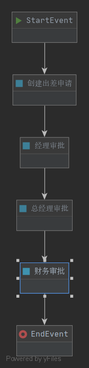
This is src/main/resources/bpmn/evection.png from 07liu/activiti01, a BPMN export, as it was before one commit. Its source is kept beside it as src/main/resources/bpmn/evection.bpmn. Ids are renumbered. Its diagram source:
```xml
<definitions xmlns="http://www.omg.org/spec/BPMN/20100524/MODEL" xmlns:activiti="http://activiti.org/bpmn"
             xmlns:bpmndi="http://www.omg.org/spec/BPMN/20100524/DI" xmlns:dc="http://www.omg.org/spec/DD/20100524/DC"
             xmlns:di="http://www.omg.org/spec/DD/20100524/DI" xmlns:tns="http://www.activiti.org/testm1615618709279"
             xmlns:xsd="http://www.w3.org/2001/XMLSchema" xmlns:xsi="http://www.w3.org/2001/XMLSchema-instance"
             expressionLanguage="http://www.w3.org/1999/XPath" id="m1615618709279" name=""
             targetNamespace="http://www.activiti.org/testm1615618709279"
             typeLanguage="http://www.w3.org/2001/XMLSchema">
    <process id="myEvection" isClosed="false" isExecutable="true" processType="None" name="出差申请单">
        <startEvent id="_2" name="StartEvent"/>
        <userTask activiti:exclusive="true" id="_3" name="创建出差申请" activiti:assignee="zhangsan"/>
        <userTask activiti:exclusive="true" id="_4" name="经理审批" activiti:assignee="jerry"/>
        <userTask activiti:exclusive="true" id="_5" name="总经理审批" activiti:assignee="jack"/>
        <userTask activiti:exclusive="true" id="_6" name="财务审批" activiti:assignee="rose"/>
        <endEvent id="_7" name="EndEvent"/>
        <sequenceFlow id="_8" sourceRef="_2" targetRef="_3"/>
        <sequenceFlow id="_9" sourceRef="_3" targetRef="_4"/>
        <sequenceFlow id="_10" sourceRef="_4" targetRef="_5"/>
        <sequenceFlow id="_11" sourceRef="_5" targetRef="_6"/>
        <sequenceFlow id="_12" sourceRef="_6" targetRef="_7"/>
    </process>
    <bpmndi:BPMNDiagram
            documentation="background=#3C3F41;count=1;horizontalcount=1;orientation=0;width=842.4;height=1195.2;imageableWidth=832.4;imageableHeight=1185.2;imageableX=5.0;imageableY=5.0"
            id="Diagram-_1" name="New Diagram">
        <bpmndi:BPMNPlane bpmnElement="myEvection">
            <bpmndi:BPMNShape bpmnElement="_2" id="Shape-_2">
                <dc:Bounds height="32.0" width="32.0" x="185.0" y="5.0"/>
                <bpmndi:BPMNLabel>
                    <dc:Bounds height="32.0" width="32.0" x="0.0" y="0.0"/>
                </bpmndi:BPMNLabel>
            </bpmndi:BPMNShape>
            <bpmndi:BPMNShape bpmnElement="_3" id="Shape-_3">
                <dc:Bounds height="55.0" width="85.0" x="165.0" y="70.0"/>
                <bpmndi:BPMNLabel>
                    <dc:Bounds height="55.0" width="85.0" x="0.0" y="0.0"/>
                </bpmndi:BPMNLabel>
            </bpmndi:BPMNShape>
            <bpmndi:BPMNShape bpmnElement="_4" id="Shape-_4">
                <dc:Bounds height="55.0" width="85.0" x="165.0" y="140.0"/>
                <bpmndi:BPMNLabel>
                    <dc:Bounds height="55.0" width="85.0" x="0.0" y="0.0"/>
                </bpmndi:BPMNLabel>
            </bpmndi:BPMNShape>
            <bpmndi:BPMNShape bpmnElement="_5" id="Shape-_5">
                <dc:Bounds height="55.0" width="85.0" x="165.0" y="220.0"/>
                <bpmndi:BPMNLabel>
                    <dc:Bounds height="55.0" width="85.0" x="0.0" y="0.0"/>
                </bpmndi:BPMNLabel>
            </bpmndi:BPMNShape>
            <bpmndi:BPMNShape bpmnElement="_6" id="Shape-_6">
                <dc:Bounds height="55.0" width="85.0" x="165.0" y="305.0"/>
                <bpmndi:BPMNLabel>
                    <dc:Bounds height="55.0" width="85.0" x="0.0" y="0.0"/>
                </bpmndi:BPMNLabel>
            </bpmndi:BPMNShape>
            <bpmndi:BPMNShape bpmnElement="_7" id="Shape-_7">
                <dc:Bounds height="32.0" width="32.0" x="190.0" y="400.0"/>
                <bpmndi:BPMNLabel>
                    <dc:Bounds height="32.0" width="32.0" x="0.0" y="0.0"/>
                </bpmndi:BPMNLabel>
            </bpmndi:BPMNShape>
            <bpmndi:BPMNEdge bpmnElement="_12" id="BPMNEdge__12" sourceElement="_6" targetElement="_7">
                <di:waypoint x="206.0" y="360.0"/>
                <di:waypoint x="206.0" y="400.0"/>
                <bpmndi:BPMNLabel>
                    <dc:Bounds height="0.0" width="0.0" x="0.0" y="0.0"/>
                </bpmndi:BPMNLabel>
            </bpmndi:BPMNEdge>
            <bpmndi:BPMNEdge bpmnElement="_8" id="BPMNEdge__8" sourceElement="_2" targetElement="_3">
                <di:waypoint x="201.0" y="37.0"/>
                <di:waypoint x="201.0" y="70.0"/>
                <bpmndi:BPMNLabel>
                    <dc:Bounds height="0.0" width="0.0" x="0.0" y="0.0"/>
                </bpmndi:BPMNLabel>
            </bpmndi:BPMNEdge>
            <bpmndi:BPMNEdge bpmnElement="_9" id="BPMNEdge__9" sourceElement="_3" targetElement="_4">
                <di:waypoint x="207.5" y="125.0"/>
                <di:waypoint x="207.5" y="140.0"/>
                <bpmndi:BPMNLabel>
                    <dc:Bounds height="0.0" width="0.0" x="0.0" y="0.0"/>
                </bpmndi:BPMNLabel>
            </bpmndi:BPMNEdge>
            <bpmndi:BPMNEdge bpmnElement="_11" id="BPMNEdge__11" sourceElement="_5" targetElement="_6">
                <di:waypoint x="207.5" y="275.0"/>
                <di:waypoint x="207.5" y="305.0"/>
                <bpmndi:BPMNLabel>
                    <dc:Bounds height="0.0" width="0.0" x="0.0" y="0.0"/>
                </bpmndi:BPMNLabel>
            </bpmndi:BPMNEdge>
            <bpmndi:BPMNEdge bpmnElement="_10" id="BPMNEdge__10" sourceElement="_4" targetElement="_5">
                <di:waypoint x="207.5" y="195.0"/>
                <di:waypoint x="207.5" y="220.0"/>
                <bpmndi:BPMNLabel>
                    <dc:Bounds height="0.0" width="0.0" x="0.0" y="0.0"/>
                </bpmndi:BPMNLabel>
            </bpmndi:BPMNEdge>
        </bpmndi:BPMNPlane>
    </bpmndi:BPMNDiagram>
</definitions>
```
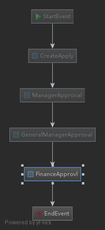
Later version of the same file.

Change to the diagram source:
```diff
@@ -1,98 +1,90 @@
-<definitions xmlns="http://www.omg.org/spec/BPMN/20100524/MODEL" xmlns:activiti="http://activiti.org/bpmn"
-             xmlns:bpmndi="http://www.omg.org/spec/BPMN/20100524/DI" xmlns:dc="http://www.omg.org/spec/DD/20100524/DC"
-             xmlns:di="http://www.omg.org/spec/DD/20100524/DI" xmlns:tns="http://www.activiti.org/testm1615618709279"
-             xmlns:xsd="http://www.w3.org/2001/XMLSchema" xmlns:xsi="http://www.w3.org/2001/XMLSchema-instance"
-             expressionLanguage="http://www.w3.org/1999/XPath" id="m1615618709279" name=""
-             targetNamespace="http://www.activiti.org/testm1615618709279"
-             typeLanguage="http://www.w3.org/2001/XMLSchema">
-    <process id="myEvection" isClosed="false" isExecutable="true" processType="None" name="出差申请单">
-        <startEvent id="_2" name="StartEvent"/>
-        <userTask activiti:exclusive="true" id="_3" name="创建出差申请" activiti:assignee="zhangsan"/>
-        <userTask activiti:exclusive="true" id="_4" name="经理审批" activiti:assignee="jerry"/>
-        <userTask activiti:exclusive="true" id="_5" name="总经理审批" activiti:assignee="jack"/>
-        <userTask activiti:exclusive="true" id="_6" name="财务审批" activiti:assignee="rose"/>
-        <endEvent id="_7" name="EndEvent"/>
-        <sequenceFlow id="_8" sourceRef="_2" targetRef="_3"/>
-        <sequenceFlow id="_9" sourceRef="_3" targetRef="_4"/>
-        <sequenceFlow id="_10" sourceRef="_4" targetRef="_5"/>
-        <sequenceFlow id="_11" sourceRef="_5" targetRef="_6"/>
-        <sequenceFlow id="_12" sourceRef="_6" targetRef="_7"/>
-    </process>
-    <bpmndi:BPMNDiagram
-            documentation="background=#3C3F41;count=1;horizontalcount=1;orientation=0;width=842.4;height=1195.2;imageableWidth=832.4;imageableHeight=1185.2;imageableX=5.0;imageableY=5.0"
-            id="Diagram-_1" name="New Diagram">
-        <bpmndi:BPMNPlane bpmnElement="myEvection">
-            <bpmndi:BPMNShape bpmnElement="_2" id="Shape-_2">
-                <dc:Bounds height="32.0" width="32.0" x="185.0" y="5.0"/>
-                <bpmndi:BPMNLabel>
-                    <dc:Bounds height="32.0" width="32.0" x="0.0" y="0.0"/>
-                </bpmndi:BPMNLabel>
-            </bpmndi:BPMNShape>
-            <bpmndi:BPMNShape bpmnElement="_3" id="Shape-_3">
-                <dc:Bounds height="55.0" width="85.0" x="165.0" y="70.0"/>
-                <bpmndi:BPMNLabel>
-                    <dc:Bounds height="55.0" width="85.0" x="0.0" y="0.0"/>
-                </bpmndi:BPMNLabel>
-            </bpmndi:BPMNShape>
-            <bpmndi:BPMNShape bpmnElement="_4" id="Shape-_4">
-                <dc:Bounds height="55.0" width="85.0" x="165.0" y="140.0"/>
-                <bpmndi:BPMNLabel>
-                    <dc:Bounds height="55.0" width="85.0" x="0.0" y="0.0"/>
-                </bpmndi:BPMNLabel>
-            </bpmndi:BPMNShape>
-            <bpmndi:BPMNShape bpmnElement="_5" id="Shape-_5">
-                <dc:Bounds height="55.0" width="85.0" x="165.0" y="220.0"/>
-                <bpmndi:BPMNLabel>
-                    <dc:Bounds height="55.0" width="85.0" x="0.0" y="0.0"/>
-                </bpmndi:BPMNLabel>
-            </bpmndi:BPMNShape>
-            <bpmndi:BPMNShape bpmnElement="_6" id="Shape-_6">
-                <dc:Bounds height="55.0" width="85.0" x="165.0" y="305.0"/>
-                <bpmndi:BPMNLabel>
-                    <dc:Bounds height="55.0" width="85.0" x="0.0" y="0.0"/>
-                </bpmndi:BPMNLabel>
-            </bpmndi:BPMNShape>
-            <bpmndi:BPMNShape bpmnElement="_7" id="Shape-_7">
-                <dc:Bounds height="32.0" width="32.0" x="190.0" y="400.0"/>
-                <bpmndi:BPMNLabel>
-                    <dc:Bounds height="32.0" width="32.0" x="0.0" y="0.0"/>
-                </bpmndi:BPMNLabel>
-            </bpmndi:BPMNShape>
-            <bpmndi:BPMNEdge bpmnElement="_12" id="BPMNEdge__12" sourceElement="_6" targetElement="_7">
-                <di:waypoint x="206.0" y="360.0"/>
-                <di:waypoint x="206.0" y="400.0"/>
-                <bpmndi:BPMNLabel>
-                    <dc:Bounds height="0.0" width="0.0" x="0.0" y="0.0"/>
-                </bpmndi:BPMNLabel>
-            </bpmndi:BPMNEdge>
-            <bpmndi:BPMNEdge bpmnElement="_8" id="BPMNEdge__8" sourceElement="_2" targetElement="_3">
-                <di:waypoint x="201.0" y="37.0"/>
-                <di:waypoint x="201.0" y="70.0"/>
-                <bpmndi:BPMNLabel>
-                    <dc:Bounds height="0.0" width="0.0" x="0.0" y="0.0"/>
-                </bpmndi:BPMNLabel>
-            </bpmndi:BPMNEdge>
-            <bpmndi:BPMNEdge bpmnElement="_9" id="BPMNEdge__9" sourceElement="_3" targetElement="_4">
-                <di:waypoint x="207.5" y="125.0"/>
-                <di:waypoint x="207.5" y="140.0"/>
-                <bpmndi:BPMNLabel>
-                    <dc:Bounds height="0.0" width="0.0" x="0.0" y="0.0"/>
-                </bpmndi:BPMNLabel>
-            </bpmndi:BPMNEdge>
-            <bpmndi:BPMNEdge bpmnElement="_11" id="BPMNEdge__11" sourceElement="_5" targetElement="_6">
-                <di:waypoint x="207.5" y="275.0"/>
-                <di:waypoint x="207.5" y="305.0"/>
-                <bpmndi:BPMNLabel>
-                    <dc:Bounds height="0.0" width="0.0" x="0.0" y="0.0"/>
-                </bpmndi:BPMNLabel>
-            </bpmndi:BPMNEdge>
-            <bpmndi:BPMNEdge bpmnElement="_10" id="BPMNEdge__10" sourceElement="_4" targetElement="_5">
-                <di:waypoint x="207.5" y="195.0"/>
-                <di:waypoint x="207.5" y="220.0"/>
-                <bpmndi:BPMNLabel>
-                    <dc:Bounds height="0.0" width="0.0" x="0.0" y="0.0"/>
-                </bpmndi:BPMNLabel>
-            </bpmndi:BPMNEdge>
-        </bpmndi:BPMNPlane>
-    </bpmndi:BPMNDiagram>
+<definitions xmlns="http://www.omg.org/spec/BPMN/20100524/MODEL" xmlns:activiti="http://activiti.org/bpmn" xmlns:bpmndi="http://www.omg.org/spec/BPMN/20100524/DI" xmlns:dc="http://www.omg.org/spec/DD/20100524/DC" xmlns:di="http://www.omg.org/spec/DD/20100524/DI" xmlns:tns="http://www.activiti.org/testm1615618709279" xmlns:xsd="http://www.w3.org/2001/XMLSchema" xmlns:xsi="http://www.w3.org/2001/XMLSchema-instance" expressionLanguage="http://www.w3.org/1999/XPath" id="m1615618709279" name="" targetNamespace="http://www.activiti.org/testm1615618709279" typeLanguage="http://www.w3.org/2001/XMLSchema">
+  <process id="myEvection" isClosed="false" isExecutable="true" name="TravelApplicationForm" processType="None">
+    <startEvent id="_2" name="StartEvent"/>
+    <userTask activiti:assignee="zhangsan" activiti:exclusive="true" id="_3" name="CreateApply"/>
+    <userTask activiti:assignee="jerry" activiti:exclusive="true" id="_4" name="ManagerApproval"/>
+    <userTask activiti:assignee="jack" activiti:exclusive="true" id="_5" name="GeneralManagerApproval"/>
+    <userTask activiti:assignee="rose" activiti:exclusive="true" id="_6" name="FinanceApprovl"/>
+    <endEvent id="_7" name="EndEvent"/>
+    <sequenceFlow id="_8" sourceRef="_2" targetRef="_3"/>
+    <sequenceFlow id="_9" sourceRef="_3" targetRef="_4"/>
+    <sequenceFlow id="_10" sourceRef="_4" targetRef="_5"/>
+    <sequenceFlow id="_11" sourceRef="_5" targetRef="_6"/>
+    <sequenceFlow id="_12" sourceRef="_6" targetRef="_7"/>
+  </process>
+  <bpmndi:BPMNDiagram documentation="background=#3C3F41;count=1;horizontalcount=1;orientation=0;width=842.4;height=1195.2;imageableWidth=832.4;imageableHeight=1185.2;imageableX=5.0;imageableY=5.0" id="Diagram-_1" name="New Diagram">
+    <bpmndi:BPMNPlane bpmnElement="myEvection">
+      <bpmndi:BPMNShape bpmnElement="_2" id="Shape-_2">
+        <dc:Bounds height="32.0" width="32.0" x="185.0" y="5.0"/>
+        <bpmndi:BPMNLabel>
+          <dc:Bounds height="32.0" width="32.0" x="0.0" y="0.0"/>
+        </bpmndi:BPMNLabel>
+      </bpmndi:BPMNShape>
+      <bpmndi:BPMNShape bpmnElement="_3" id="Shape-_3">
+        <dc:Bounds height="55.0" width="85.0" x="165.0" y="70.0"/>
+        <bpmndi:BPMNLabel>
+          <dc:Bounds height="55.0" width="85.0" x="0.0" y="0.0"/>
+        </bpmndi:BPMNLabel>
+      </bpmndi:BPMNShape>
+      <bpmndi:BPMNShape bpmnElement="_4" id="Shape-_4">
+        <dc:Bounds height="55.0" width="85.0" x="165.0" y="140.0"/>
+        <bpmndi:BPMNLabel>
+          <dc:Bounds height="55.0" width="85.0" x="0.0" y="0.0"/>
+        </bpmndi:BPMNLabel>
+      </bpmndi:BPMNShape>
+      <bpmndi:BPMNShape bpmnElement="_5" id="Shape-_5">
+        <dc:Bounds height="55.0" width="85.0" x="165.0" y="220.0"/>
+        <bpmndi:BPMNLabel>
+          <dc:Bounds height="55.0" width="85.0" x="0.0" y="0.0"/>
+        </bpmndi:BPMNLabel>
+      </bpmndi:BPMNShape>
+      <bpmndi:BPMNShape bpmnElement="_6" id="Shape-_6">
+        <dc:Bounds height="55.0" width="85.0" x="165.0" y="305.0"/>
+        <bpmndi:BPMNLabel>
+          <dc:Bounds height="55.0" width="85.0" x="0.0" y="0.0"/>
+        </bpmndi:BPMNLabel>
+      </bpmndi:BPMNShape>
+      <bpmndi:BPMNShape bpmnElement="_7" id="Shape-_7">
+        <dc:Bounds height="32.0" width="32.0" x="190.0" y="400.0"/>
+        <bpmndi:BPMNLabel>
+          <dc:Bounds height="32.0" width="32.0" x="0.0" y="0.0"/>
+        </bpmndi:BPMNLabel>
+      </bpmndi:BPMNShape>
+      <bpmndi:BPMNEdge bpmnElement="_12" id="BPMNEdge__12" sourceElement="_6" targetElement="_7">
+        <di:waypoint x="206.0" y="360.0"/>
+        <di:waypoint x="206.0" y="400.0"/>
+        <bpmndi:BPMNLabel>
+          <dc:Bounds height="0.0" width="0.0" x="0.0" y="0.0"/>
+        </bpmndi:BPMNLabel>
+      </bpmndi:BPMNEdge>
+      <bpmndi:BPMNEdge bpmnElement="_8" id="BPMNEdge__8" sourceElement="_2" targetElement="_3">
+        <di:waypoint x="201.0" y="37.0"/>
+        <di:waypoint x="201.0" y="70.0"/>
+        <bpmndi:BPMNLabel>
+          <dc:Bounds height="0.0" width="0.0" x="0.0" y="0.0"/>
+        </bpmndi:BPMNLabel>
+      </bpmndi:BPMNEdge>
+      <bpmndi:BPMNEdge bpmnElement="_9" id="BPMNEdge__9" sourceElement="_3" targetElement="_4">
+        <di:waypoint x="207.5" y="125.0"/>
+        <di:waypoint x="207.5" y="140.0"/>
+        <bpmndi:BPMNLabel>
+          <dc:Bounds height="0.0" width="0.0" x="0.0" y="0.0"/>
+        </bpmndi:BPMNLabel>
+      </bpmndi:BPMNEdge>
+      <bpmndi:BPMNEdge bpmnElement="_11" id="BPMNEdge__11" sourceElement="_5" targetElement="_6">
+        <di:waypoint x="207.5" y="275.0"/>
+        <di:waypoint x="207.5" y="305.0"/>
+        <bpmndi:BPMNLabel>
+          <dc:Bounds height="0.0" width="0.0" x="0.0" y="0.0"/>
+        </bpmndi:BPMNLabel>
+      </bpmndi:BPMNEdge>
+      <bpmndi:BPMNEdge bpmnElement="_10" id="BPMNEdge__10" sourceElement="_4" targetElement="_5">
+        <di:waypoint x="207.5" y="195.0"/>
+        <di:waypoint x="207.5" y="220.0"/>
+        <bpmndi:BPMNLabel>
+          <dc:Bounds height="0.0" width="0.0" x="0.0" y="0.0"/>
+        </bpmndi:BPMNLabel>
+      </bpmndi:BPMNEdge>
+    </bpmndi:BPMNPlane>
+  </bpmndi:BPMNDiagram>
 </definitions>
```
